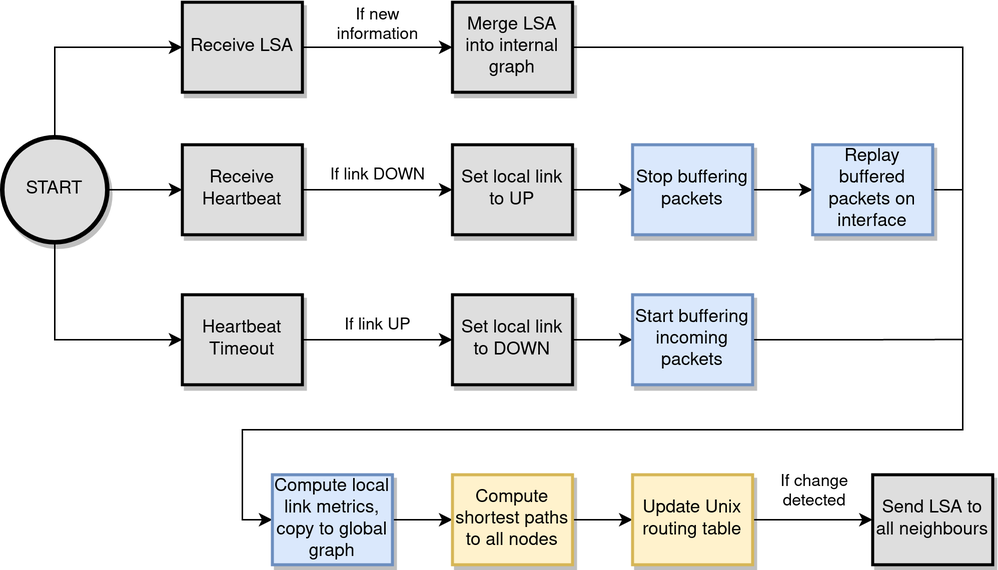
Above: images/flowchart_dtlsr.png in benmandrew/DTLSR-Dissertation (draw.io), before the change. Source tidied: cells renumbered, new cells last; positions are measured from the earlier drawing's top-left corner, leaving out a move shared by most shapes.
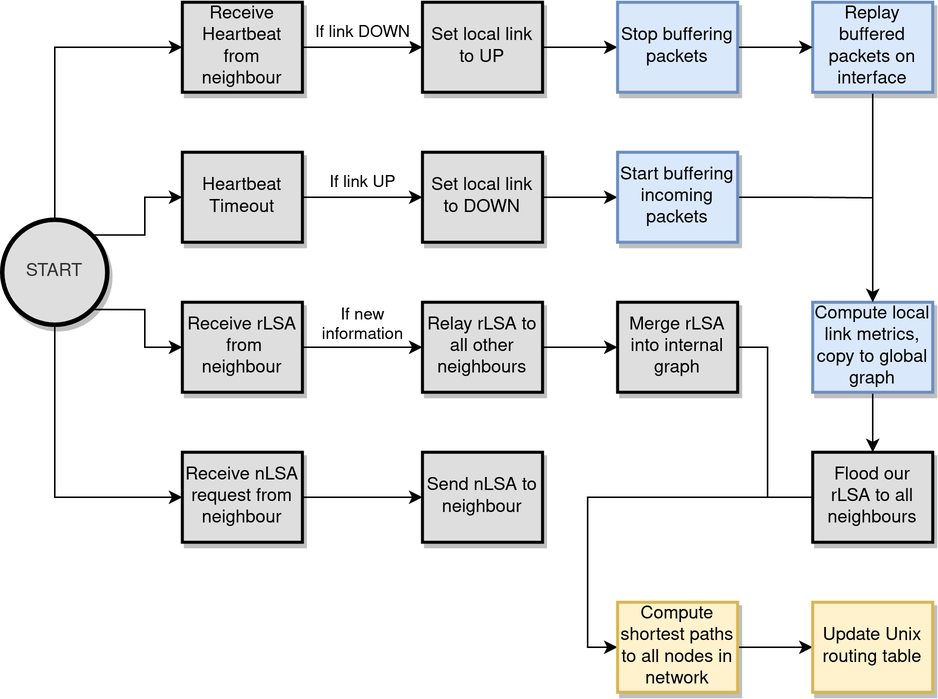
The same file after the commit.

Change to the diagram source:
```diff
@@ -2,108 +2,121 @@
   <root>
     <mxCell id="0" />
     <mxCell id="1" parent="0" />
-    <mxCell id="2" value="&lt;div&gt;&lt;span style=&quot;background-color: rgb(255 , 255 , 255)&quot;&gt;If new&lt;/span&gt;&lt;/div&gt;&lt;div&gt;&lt;span style=&quot;background-color: rgb(255 , 255 , 255)&quot;&gt;information&lt;/span&gt;&lt;/div&gt;" style="edgeStyle=orthogonalEdgeStyle;rounded=0;jettySize=auto;html=1;exitX=1;exitY=0.5;exitDx=0;exitDy=0;entryX=0;entryY=0.5;entryDx=0;entryDy=0;" parent="1" edge="1" source="3" target="7">
+    <mxCell id="2" value="&lt;div&gt;&lt;span style=&quot;background-color: rgb(255 , 255 , 255)&quot;&gt;If new&lt;/span&gt;&lt;/div&gt;&lt;div&gt;&lt;span style=&quot;background-color: rgb(255 , 255 , 255)&quot;&gt;information&lt;/span&gt;&lt;/div&gt;" style="edgeStyle=orthogonalEdgeStyle;rounded=0;jettySize=auto;html=1;exitX=1;exitY=0.5;exitDx=0;exitDy=0;entryX=0;entryY=0.5;entryDx=0;entryDy=0;" parent="1" edge="1" source="3" target="36">
       <mxGeometry y="15" relative="1" as="geometry" />
     </mxCell>
-    <mxCell id="3" value="&lt;div&gt;Receive LSA&lt;/div&gt;" style="rounded=0;whiteSpace=wrap;html=1;fillColor=#DEDEDE;shadow=1;strokeWidth=2;" parent="1" vertex="1">
-      <mxGeometry x="120" width="80" height="60" as="geometry" />
+    <mxCell id="3" value="&lt;div&gt;Receive rLSA&lt;/div&gt;&amp;nbsp;from neighbour" style="rounded=0;whiteSpace=wrap;html=1;fillColor=#DEDEDE;strokeWidth=2;shadow=1;" parent="1" vertex="1">
+      <mxGeometry x="130" y="215" width="80" height="60" as="geometry" />
     </mxCell>
     <mxCell id="4" value="&lt;span style=&quot;background-color: rgb(255 , 255 , 255)&quot;&gt;If link DOWN&lt;/span&gt;" style="edgeStyle=orthogonalEdgeStyle;rounded=0;jettySize=auto;html=1;exitX=1;exitY=0.5;exitDx=0;exitDy=0;entryX=0;entryY=0.5;entryDx=0;entryDy=0;" parent="1" edge="1" source="5" target="11">
       <mxGeometry y="10" relative="1" as="geometry" />
     </mxCell>
-    <mxCell id="5" value="Receive Heartbeat" style="rounded=0;whiteSpace=wrap;html=1;fillColor=#DEDEDE;shadow=1;strokeWidth=2;" parent="1" vertex="1">
-      <mxGeometry x="120" y="95" width="80" height="60" as="geometry" />
+    <mxCell id="5" value="Receive Heartbeat from neighbour" style="rounded=0;whiteSpace=wrap;html=1;fillColor=#DEDEDE;strokeWidth=2;shadow=1;" parent="1" vertex="1">
+      <mxGeometry x="130" y="15" width="80" height="60" as="geometry" />
     </mxCell>
-    <mxCell id="6" style="edgeStyle=orthogonalEdgeStyle;rounded=0;jettySize=auto;html=1;exitX=1;exitY=0.5;exitDx=0;exitDy=0;endArrow=none;endFill=0;" parent="1" edge="1" source="7">
-      <mxGeometry relative="1" as="geometry">
-        <mxPoint x="640" y="125" as="targetPoint" />
-      </mxGeometry>
-    </mxCell>
+    <mxCell id="32" style="edgeStyle=orthogonalEdgeStyle;rounded=0;jettySize=auto;html=1;exitX=1;exitY=0.5;exitDx=0;exitDy=0;entryX=0;entryY=0.5;entryDx=0;entryDy=0;startArrow=none;startFill=0;" parent="1" edge="1" source="7" target="21">
+      <mxGeometry relative="1" as="geometry">
+        <Array as="points">
+          <mxPoint x="520" y="245" />
+          <mxPoint x="520" y="345" />
+          <mxPoint x="400" y="345" />
+          <mxPoint x="400" y="445" />
+        </Array>
+      </mxGeometry>
+    </mxCell>
-    <mxCell id="7" value="Merge LSA into internal graph" style="rounded=0;whiteSpace=wrap;html=1;fillColor=#DEDEDE;shadow=1;strokeWidth=2;" parent="1" vertex="1">
-      <mxGeometry x="300" width="80" height="60" as="geometry" />
+    <mxCell id="7" value="Merge rLSA into internal graph" style="rounded=0;whiteSpace=wrap;html=1;fillColor=#DEDEDE;strokeWidth=2;shadow=1;" parent="1" vertex="1">
+      <mxGeometry x="420" y="215" width="80" height="60" as="geometry" />
     </mxCell>
     <mxCell id="8" value="&lt;span style=&quot;background-color: rgb(255 , 255 , 255)&quot;&gt;If link UP&lt;/span&gt;" style="edgeStyle=orthogonalEdgeStyle;rounded=0;jettySize=auto;html=1;exitX=1;exitY=0.5;exitDx=0;exitDy=0;entryX=0;entryY=0.5;entryDx=0;entryDy=0;" parent="1" edge="1" source="9" target="13">
       <mxGeometry y="10" relative="1" as="geometry" />
     </mxCell>
-    <mxCell id="9" value="Heartbeat Timeout" style="rounded=0;whiteSpace=wrap;html=1;fillColor=#DEDEDE;shadow=1;strokeWidth=2;" parent="1" vertex="1">
-      <mxGeometry x="120" y="195" width="80" height="60" as="geometry" />
+    <mxCell id="9" value="Heartbeat Timeout" style="rounded=0;whiteSpace=wrap;html=1;fillColor=#DEDEDE;strokeWidth=2;shadow=1;" parent="1" vertex="1">
+      <mxGeometry x="130" y="115" width="80" height="60" as="geometry" />
     </mxCell>
-    <mxCell id="10" style="edgeStyle=orthogonalEdgeStyle;rounded=0;jettySize=auto;html=1;exitX=1;exitY=0.5;exitDx=0;exitDy=0;entryX=0;entryY=0.5;entryDx=0;entryDy=0;endArrow=classic;endFill=1;" parent="1" edge="1" source="11" target="28">
+    <mxCell id="10" style="edgeStyle=orthogonalEdgeStyle;rounded=0;jettySize=auto;html=1;exitX=1;exitY=0.5;exitDx=0;exitDy=0;entryX=0;entryY=0.5;entryDx=0;entryDy=0;" parent="1" edge="1" source="11" target="28">
       <mxGeometry relative="1" as="geometry" />
     </mxCell>
-    <mxCell id="11" value="Set local link to UP" style="rounded=0;whiteSpace=wrap;html=1;fillColor=#DEDEDE;shadow=1;strokeWidth=2;" parent="1" vertex="1">
-      <mxGeometry x="300" y="95" width="80" height="60" as="geometry" />
+    <mxCell id="11" value="Set local link to UP" style="rounded=0;whiteSpace=wrap;html=1;fillColor=#DEDEDE;strokeWidth=2;shadow=1;" parent="1" vertex="1">
+      <mxGeometry x="290" y="15" width="80" height="60" as="geometry" />
     </mxCell>
-    <mxCell id="12" style="edgeStyle=orthogonalEdgeStyle;rounded=0;jettySize=auto;html=1;exitX=1;exitY=0.5;exitDx=0;exitDy=0;entryX=0;entryY=0.5;entryDx=0;entryDy=0;endArrow=classic;endFill=1;" parent="1" edge="1" source="13" target="26">
+    <mxCell id="12" style="edgeStyle=orthogonalEdgeStyle;rounded=0;jettySize=auto;html=1;exitX=1;exitY=0.5;exitDx=0;exitDy=0;entryX=0;entryY=0.5;entryDx=0;entryDy=0;" parent="1" edge="1" source="13" target="26">
       <mxGeometry relative="1" as="geometry" />
     </mxCell>
-    <mxCell id="13" value="Set local link to DOWN" style="rounded=0;whiteSpace=wrap;html=1;fillColor=#DEDEDE;shadow=1;strokeWidth=2;" parent="1" vertex="1">
-      <mxGeometry x="300" y="195" width="80" height="60" as="geometry" />
+    <mxCell id="13" value="Set local link to DOWN" style="rounded=0;whiteSpace=wrap;html=1;fillColor=#DEDEDE;strokeWidth=2;shadow=1;" parent="1" vertex="1">
+      <mxGeometry x="290" y="115" width="80" height="60" as="geometry" />
     </mxCell>
-    <mxCell id="14" style="edgeStyle=orthogonalEdgeStyle;rounded=0;jettySize=auto;html=1;exitX=1;exitY=0.5;exitDx=0;exitDy=0;entryX=0;entryY=0.5;entryDx=0;entryDy=0;endArrow=classic;endFill=1;" parent="1" edge="1" source="31" target="21">
-      <mxGeometry relative="1" as="geometry" />
-    </mxCell>
+    <mxCell id="33" style="edgeStyle=orthogonalEdgeStyle;rounded=0;jettySize=auto;html=1;exitX=0.5;exitY=1;exitDx=0;exitDy=0;entryX=0.5;entryY=0;entryDx=0;entryDy=0;" parent="1" edge="1" source="15" target="41">
+      <mxGeometry relative="1" as="geometry" />
+    </mxCell>
-    <mxCell id="15" value="Send LSA to all neighbours" style="rounded=0;whiteSpace=wrap;html=1;fillColor=#DEDEDE;shadow=1;strokeWidth=2;" parent="1" vertex="1">
-      <mxGeometry x="580" y="315" width="80" height="60" as="geometry" />
+    <mxCell id="15" value="Compute local link metrics, copy to global graph" style="rounded=0;whiteSpace=wrap;html=1;fillColor=#dae8fc;strokeWidth=2;shadow=1;strokeColor=#6c8ebf;" parent="1" vertex="1">
+      <mxGeometry x="550" y="215" width="80" height="60" as="geometry" />
     </mxCell>
+    <mxCell id="34" style="edgeStyle=orthogonalEdgeStyle;rounded=0;jettySize=auto;html=1;exitX=0.5;exitY=1;exitDx=0;exitDy=0;exitPerimeter=0;entryX=0;entryY=0.5;entryDx=0;entryDy=0;" parent="1" edge="1" source="19" target="38">
+      <mxGeometry relative="1" as="geometry" />
+    </mxCell>
-    <mxCell id="16" style="edgeStyle=orthogonalEdgeStyle;rounded=0;jettySize=auto;html=1;exitX=1;exitY=0.5;exitDx=0;exitDy=0;exitPerimeter=0;entryX=0;entryY=0.5;entryDx=0;entryDy=0;endArrow=classic;endFill=1;" parent="1" edge="1" source="19" target="5">
+    <mxCell id="16" style="edgeStyle=orthogonalEdgeStyle;rounded=0;jettySize=auto;html=1;exitX=0.5;exitY=0;exitDx=0;exitDy=0;exitPerimeter=0;entryX=0;entryY=0.5;entryDx=0;entryDy=0;" parent="1" edge="1" source="19" target="5">
       <mxGeometry relative="1" as="geometry" />
     </mxCell>
+    <mxCell id="18" style="edgeStyle=orthogonalEdgeStyle;rounded=0;jettySize=auto;html=1;exitX=0.855;exitY=0.145;exitDx=0;exitDy=0;exitPerimeter=0;entryX=0;entryY=0.5;entryDx=0;entryDy=0;" parent="1" edge="1" source="19" target="9">
+      <mxGeometry relative="1" as="geometry" />
+    </mxCell>
-    <mxCell id="17" style="edgeStyle=orthogonalEdgeStyle;rounded=0;jettySize=auto;html=1;exitX=0.5;exitY=0;exitDx=0;exitDy=0;exitPerimeter=0;entryX=0;entryY=0.5;entryDx=0;entryDy=0;endArrow=classic;endFill=1;" parent="1" edge="1" source="19" target="3">
+    <mxCell id="17" style="edgeStyle=orthogonalEdgeStyle;rounded=0;jettySize=auto;html=1;exitX=0.855;exitY=0.855;exitDx=0;exitDy=0;exitPerimeter=0;entryX=0;entryY=0.5;entryDx=0;entryDy=0;" parent="1" edge="1" source="19" target="3">
       <mxGeometry relative="1" as="geometry" />
     </mxCell>
-    <mxCell id="18" style="edgeStyle=orthogonalEdgeStyle;rounded=0;jettySize=auto;html=1;exitX=0.5;exitY=1;exitDx=0;exitDy=0;exitPerimeter=0;entryX=0;entryY=0.5;entryDx=0;entryDy=0;endArrow=classic;endFill=1;" parent="1" edge="1" source="19" target="9">
-      <mxGeometry relative="1" as="geometry" />
-    </mxCell>
-    <mxCell id="19" value="START" style="strokeWidth=3;html=1;shape=mxgraph.flowchart.start_2;whiteSpace=wrap;fillColor=#DEDEDE;sketch=0;shadow=1;" parent="1" vertex="1">
-      <mxGeometry y="90" width="70" height="70" as="geometry" />
+    <mxCell id="19" value="START" style="strokeWidth=3;html=1;shape=mxgraph.flowchart.start_2;whiteSpace=wrap;fillColor=#DEDEDE;fontColor=#333333;strokeColor=#000000;shadow=1;" parent="1" vertex="1">
+      <mxGeometry x="10" y="160" width="70" height="70" as="geometry" />
     </mxCell>
-    <mxCell id="20" style="edgeStyle=orthogonalEdgeStyle;rounded=0;jettySize=auto;html=1;exitX=1;exitY=0.5;exitDx=0;exitDy=0;entryX=0;entryY=0.5;entryDx=0;entryDy=0;endArrow=classic;endFill=1;" parent="1" edge="1" source="21" target="24">
+    <mxCell id="20" style="edgeStyle=orthogonalEdgeStyle;rounded=0;jettySize=auto;html=1;exitX=1;exitY=0.5;exitDx=0;exitDy=0;entryX=0;entryY=0.5;entryDx=0;entryDy=0;" parent="1" edge="1" source="21" target="24">
       <mxGeometry relative="1" as="geometry" />
     </mxCell>
-    <mxCell id="21" value="Compute shortest paths to all nodes" style="rounded=0;whiteSpace=wrap;html=1;fillColor=#fff2cc;strokeColor=#d6b656;shadow=1;strokeWidth=2;" parent="1" vertex="1">
-      <mxGeometry x="300" y="315" width="80" height="60" as="geometry" />
+    <mxCell id="21" value="Compute shortest paths to all nodes in network" style="rounded=0;whiteSpace=wrap;html=1;fillColor=#fff2cc;strokeWidth=2;shadow=1;strokeColor=#d6b656;" parent="1" vertex="1">
+      <mxGeometry x="420" y="415" width="80" height="60" as="geometry" />
     </mxCell>
-    <mxCell id="22" style="edgeStyle=orthogonalEdgeStyle;rounded=0;jettySize=auto;html=1;exitX=1;exitY=0.5;exitDx=0;exitDy=0;entryX=0;entryY=0.5;entryDx=0;entryDy=0;shadow=0;labelBackgroundColor=#DEDEDE;" parent="1" edge="1" source="24" target="15">
-      <mxGeometry relative="1" as="geometry" />
-    </mxCell>
-    <mxCell id="23" value="&lt;div&gt;&lt;span style=&quot;background-color: rgb(255 , 255 , 255)&quot;&gt;If change&lt;/span&gt;&lt;/div&gt;&lt;div&gt;&lt;span style=&quot;background-color: rgb(255 , 255 , 255)&quot;&gt;detected&lt;/span&gt;&lt;/div&gt;" style="edgeLabel;html=1;align=center;verticalAlign=middle;" parent="22" vertex="1">
-      <mxGeometry x="0.31" y="-3" relative="1" as="geometry">
-        <mxPoint x="-12" y="-23" as="offset" />
-      </mxGeometry>
-    </mxCell>
-    <mxCell id="24" value="Update Unix routing table" style="rounded=0;whiteSpace=wrap;html=1;fillColor=#fff2cc;strokeColor=#d6b656;shadow=1;strokeWidth=2;" parent="1" vertex="1">
-      <mxGeometry x="420" y="315" width="80" height="60" as="geometry" />
+    <mxCell id="24" value="Update Unix routing table" style="rounded=0;whiteSpace=wrap;html=1;fillColor=#fff2cc;strokeWidth=2;shadow=1;strokeColor=#d6b656;" parent="1" vertex="1">
+      <mxGeometry x="550" y="415" width="80" height="60" as="geometry" />
     </mxCell>
-    <mxCell id="25" style="edgeStyle=orthogonalEdgeStyle;rounded=0;jettySize=auto;html=1;exitX=1;exitY=0.5;exitDx=0;exitDy=0;endArrow=none;endFill=0;" parent="1" edge="1" source="26">
-      <mxGeometry relative="1" as="geometry">
-        <mxPoint x="640" y="224.8" as="targetPoint" />
-      </mxGeometry>
-    </mxCell>
-    <mxCell id="26" value="Start buffering incoming packets" style="rounded=0;whiteSpace=wrap;html=1;fillColor=#dae8fc;strokeColor=#6c8ebf;shadow=1;strokeWidth=2;" parent="1" vertex="1">
-      <mxGeometry x="420" y="195" width="80" height="60" as="geometry" />
-    </mxCell>
+    <mxCell id="35" style="edgeStyle=orthogonalEdgeStyle;rounded=0;jettySize=auto;html=1;exitX=1;exitY=0.5;exitDx=0;exitDy=0;entryX=0;entryY=0.5;entryDx=0;entryDy=0;" parent="1" edge="1" source="36" target="7">
+      <mxGeometry relative="1" as="geometry" />
+    </mxCell>
+    <mxCell id="36" value="Relay rLSA to all other neighbours" style="rounded=0;whiteSpace=wrap;html=1;fillColor=#DEDEDE;strokeWidth=2;shadow=1;" parent="1" vertex="1">
+      <mxGeometry x="290" y="215" width="80" height="60" as="geometry" />
+    </mxCell>
+    <mxCell id="37" style="edgeStyle=orthogonalEdgeStyle;rounded=0;jettySize=auto;html=1;exitX=1;exitY=0.5;exitDx=0;exitDy=0;entryX=0;entryY=0.5;entryDx=0;entryDy=0;" parent="1" edge="1" source="38" target="39">
+      <mxGeometry y="10" relative="1" as="geometry" />
+    </mxCell>
+    <mxCell id="38" value="Receive nLSA request from neighbour" style="rounded=0;whiteSpace=wrap;html=1;fillColor=#DEDEDE;strokeWidth=2;shadow=1;" parent="1" vertex="1">
+      <mxGeometry x="130" y="315" width="80" height="60" as="geometry" />
+    </mxCell>
+    <mxCell id="39" value="Send nLSA to neighbour" style="rounded=0;whiteSpace=wrap;html=1;fillColor=#DEDEDE;strokeWidth=2;shadow=1;" parent="1" vertex="1">
+      <mxGeometry x="290" y="315" width="80" height="60" as="geometry" />
+    </mxCell>
+    <mxCell id="40" style="edgeStyle=orthogonalEdgeStyle;rounded=0;jettySize=auto;html=1;exitX=0;exitY=0.5;exitDx=0;exitDy=0;endArrow=none;endFill=0;" parent="1" edge="1" source="41">
+      <mxGeometry relative="1" as="geometry">
+        <mxPoint x="520" y="345.4" as="targetPoint" />
+      </mxGeometry>
+    </mxCell>
+    <mxCell id="41" value="&lt;div&gt;Flood our rLSA to all neighbours&lt;/div&gt;" style="rounded=0;whiteSpace=wrap;html=1;fillColor=#DEDEDE;strokeWidth=2;shadow=1;" parent="1" vertex="1">
+      <mxGeometry x="550" y="315" width="80" height="60" as="geometry" />
+    </mxCell>
+    <mxCell id="42" style="edgeStyle=orthogonalEdgeStyle;rounded=0;jettySize=auto;html=1;exitX=0.5;exitY=1;exitDx=0;exitDy=0;entryX=0.5;entryY=0;entryDx=0;entryDy=0;" parent="1" edge="1" source="30" target="15">
+      <mxGeometry relative="1" as="geometry" />
+    </mxCell>
+    <mxCell id="30" value="Replay buffered packets on interface" style="rounded=0;whiteSpace=wrap;html=1;fillColor=#dae8fc;strokeWidth=2;shadow=1;strokeColor=#6c8ebf;" parent="1" vertex="1">
+      <mxGeometry x="550" y="15" width="80" height="60" as="geometry" />
+    </mxCell>
-    <mxCell id="27" style="edgeStyle=orthogonalEdgeStyle;rounded=0;jettySize=auto;html=1;exitX=1;exitY=0.5;exitDx=0;exitDy=0;entryX=0;entryY=0.5;entryDx=0;entryDy=0;endArrow=classic;endFill=1;" parent="1" edge="1" source="28" target="30">
+    <mxCell id="27" style="edgeStyle=orthogonalEdgeStyle;rounded=0;jettySize=auto;html=1;exitX=1;exitY=0.5;exitDx=0;exitDy=0;entryX=0;entryY=0.5;entryDx=0;entryDy=0;" parent="1" edge="1" source="28" target="30">
       <mxGeometry relative="1" as="geometry" />
     </mxCell>
-    <mxCell id="28" value="Stop buffering packets" style="rounded=0;whiteSpace=wrap;html=1;fillColor=#dae8fc;strokeColor=#6c8ebf;shadow=1;strokeWidth=2;" parent="1" vertex="1">
-      <mxGeometry x="420" y="95" width="80" height="60" as="geometry" />
+    <mxCell id="28" value="Stop buffering packets" style="rounded=0;whiteSpace=wrap;html=1;fillColor=#dae8fc;strokeWidth=2;shadow=1;strokeColor=#6c8ebf;" parent="1" vertex="1">
+      <mxGeometry x="420" y="15" width="80" height="60" as="geometry" />
     </mxCell>
-    <mxCell id="29" style="edgeStyle=orthogonalEdgeStyle;rounded=0;jettySize=auto;html=1;exitX=1;exitY=0.5;exitDx=0;exitDy=0;entryX=0;entryY=0.5;entryDx=0;entryDy=0;endArrow=classic;endFill=1;" parent="1" edge="1" source="30" target="31">
-      <mxGeometry relative="1" as="geometry">
-        <Array as="points">
-          <mxPoint x="640" y="125" />
-          <mxPoint x="640" y="285" />
-          <mxPoint x="160" y="285" />
-          <mxPoint x="160" y="345" />
-        </Array>
-      </mxGeometry>
-    </mxCell>
-    <mxCell id="30" value="Replay buffered packets on interface" style="rounded=0;whiteSpace=wrap;html=1;fillColor=#dae8fc;strokeColor=#6c8ebf;shadow=1;strokeWidth=2;" parent="1" vertex="1">
-      <mxGeometry x="540" y="95" width="80" height="60" as="geometry" />
-    </mxCell>
-    <mxCell id="31" value="Compute local link metrics, copy to global graph" style="rounded=0;whiteSpace=wrap;html=1;fillColor=#dae8fc;strokeColor=#6c8ebf;shadow=1;strokeWidth=2;" parent="1" vertex="1">
-      <mxGeometry x="180" y="315" width="80" height="60" as="geometry" />
-    </mxCell>
+    <mxCell id="43" style="edgeStyle=orthogonalEdgeStyle;rounded=0;jettySize=auto;html=1;exitX=1;exitY=0.5;exitDx=0;exitDy=0;endArrow=none;endFill=0;" parent="1" edge="1" source="26">
+      <mxGeometry relative="1" as="geometry">
+        <mxPoint x="590" y="145.4" as="targetPoint" />
+      </mxGeometry>
+    </mxCell>
+    <mxCell id="26" value="Start buffering incoming packets" style="rounded=0;whiteSpace=wrap;html=1;fillColor=#dae8fc;strokeWidth=2;shadow=1;strokeColor=#6c8ebf;" parent="1" vertex="1">
+      <mxGeometry x="420" y="115" width="80" height="60" as="geometry" />
+    </mxCell>
   </root>
 </mxGraphModel>
```
